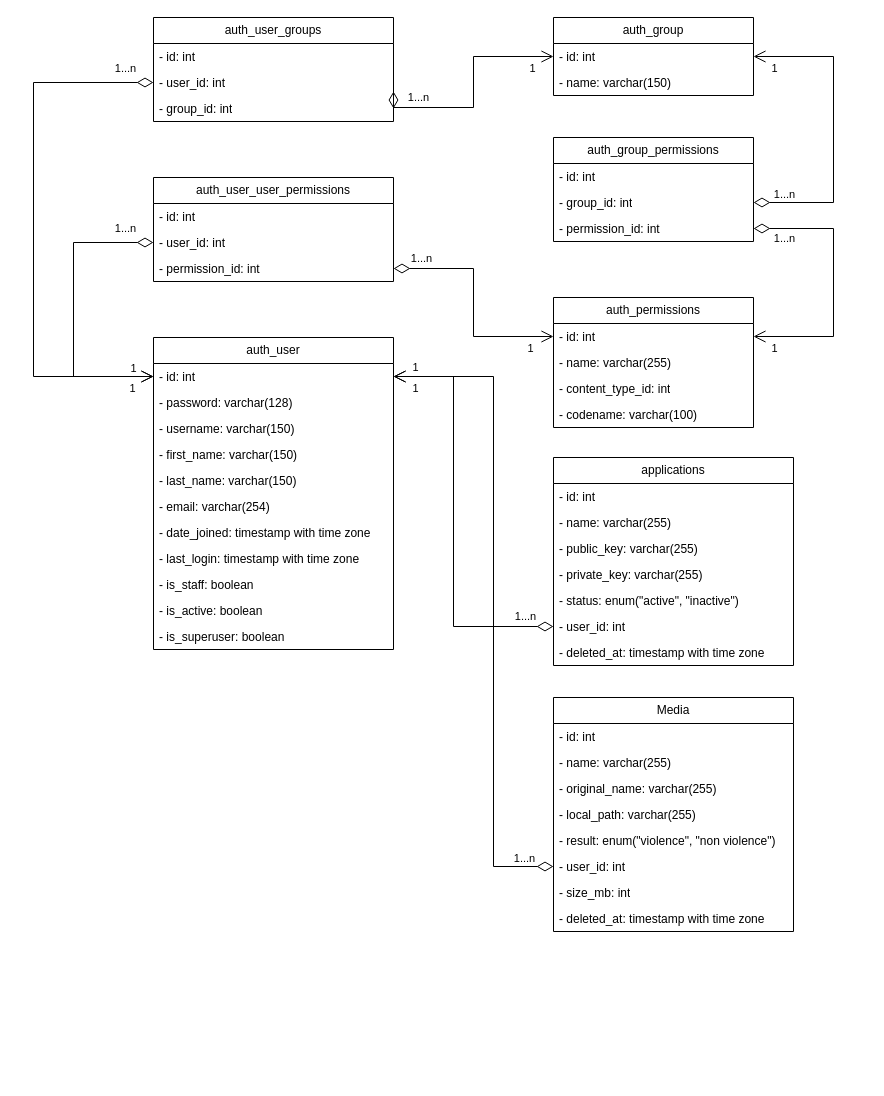
This is docs/violence-prediction-service.drawio from nnminh-sam/violence-prediction-service, a draw.io file, before an edit. Source tidied: cells renumbered, new cells numbered last; positions are measured from the earlier drawing's top-left corner, leaving out a move shared by most shapes. Both pictures are drawn from the tidied source at 100%, with x=0, y=0 at pixel (33, 17).
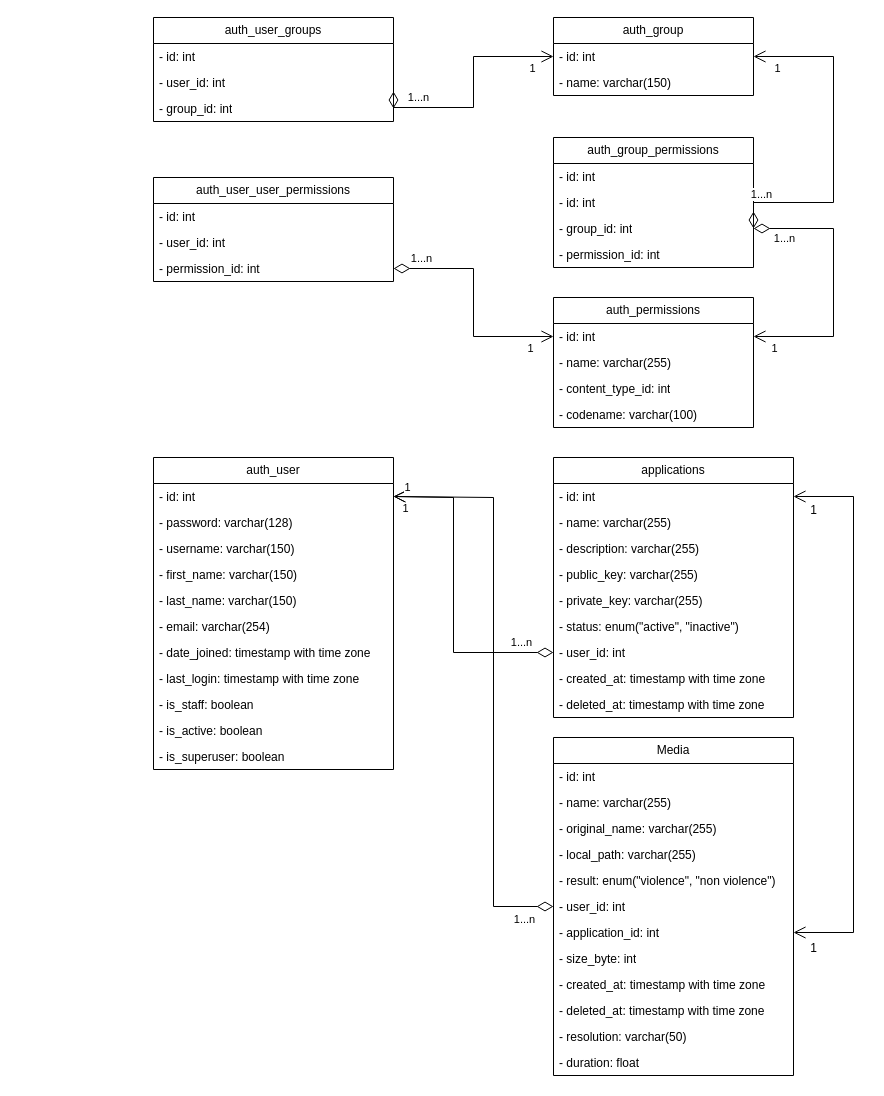
After the change.

Commit message (it also covers changes not shown here):
update: update create application logic and added completed document report

Unchanged cells that the change refers to:
```xml
<mxCell id="3" value="- id: int" style="text;strokeColor=none;fillColor=none;align=left;verticalAlign=top;spacingLeft=4;spacingRight=4;overflow=hidden;points=[[0,0.5],[1,0.5]];portConstraint=eastwest;whiteSpace=wrap;html=1;" parent="2" vertex="1">
  <mxGeometry y="26" width="240" height="26" as="geometry" />
</mxCell>
<mxCell id="28" value="- user_id: int" style="text;strokeColor=none;fillColor=none;align=left;verticalAlign=top;spacingLeft=4;spacingRight=4;overflow=hidden;points=[[0,0.5],[1,0.5]];portConstraint=eastwest;whiteSpace=wrap;html=1;" parent="26" vertex="1">
  <mxGeometry y="52" width="240" height="26" as="geometry" />
</mxCell>
<mxCell id="32" value="- user_id: int" style="text;strokeColor=none;fillColor=none;align=left;verticalAlign=top;spacingLeft=4;spacingRight=4;overflow=hidden;points=[[0,0.5],[1,0.5]];portConstraint=eastwest;whiteSpace=wrap;html=1;" parent="30" vertex="1">
  <mxGeometry y="52" width="240" height="26" as="geometry" />
</mxCell>
<mxCell id="53" value="- id: int" style="text;strokeColor=none;fillColor=none;align=left;verticalAlign=top;spacingLeft=4;spacingRight=4;overflow=hidden;points=[[0,0.5],[1,0.5]];portConstraint=eastwest;whiteSpace=wrap;html=1;" parent="52" vertex="1">
  <mxGeometry y="26" width="240" height="26" as="geometry" />
</mxCell>
<mxCell id="69" value="- user_id: int" style="text;strokeColor=none;fillColor=none;align=left;verticalAlign=top;spacingLeft=4;spacingRight=4;overflow=hidden;points=[[0,0.5],[1,0.5]];portConstraint=eastwest;whiteSpace=wrap;html=1;" parent="63" vertex="1">
  <mxGeometry y="156" width="240" height="26" as="geometry" />
</mxCell>
```

Change to the diagram source:
```diff
@@
     <mxCell id="2" value="auth_user" style="swimlane;fontStyle=0;horizontal=1;startSize=26;fillColor=none;whiteSpace=wrap;html=1;" parent="1" vertex="1">
-      <mxGeometry x="120" y="320" width="240" height="312" as="geometry" />
+      <mxGeometry x="120" y="440" width="240" height="312" as="geometry" />
     </mxCell>
@@
     <mxCell id="17" value="auth_group_permissions" style="swimlane;fontStyle=0;horizontal=1;startSize=26;fillColor=none;whiteSpace=wrap;html=1;" parent="1" vertex="1">
-      <mxGeometry x="520" y="120" width="200" height="104" as="geometry" />
+      <mxGeometry x="520" y="120" width="200" height="130" as="geometry" />
     </mxCell>
+    <mxCell id="75" value="- id: int" style="text;strokeColor=none;fillColor=none;align=left;verticalAlign=top;spacingLeft=4;spacingRight=4;overflow=hidden;whiteSpace=wrap;html=1;" parent="17" vertex="1">
+      <mxGeometry y="26" width="200" height="26" as="geometry" />
+    </mxCell>
     <mxCell id="18" value="- id: int" style="text;strokeColor=none;fillColor=none;align=left;verticalAlign=top;spacingLeft=4;spacingRight=4;overflow=hidden;whiteSpace=wrap;html=1;" parent="17" vertex="1">
-      <mxGeometry y="26" width="200" height="26" as="geometry" />
+      <mxGeometry y="52" width="200" height="26" as="geometry" />
     </mxCell>
     <mxCell id="19" value="- group_id: int" style="text;strokeColor=none;fillColor=none;align=left;verticalAlign=top;spacingLeft=4;spacingRight=4;overflow=hidden;points=[[0,0.5],[1,0.5]];portConstraint=eastwest;whiteSpace=wrap;html=1;" parent="17" vertex="1">
-      <mxGeometry y="52" width="200" height="26" as="geometry" />
+      <mxGeometry y="78" width="200" height="26" as="geometry" />
     </mxCell>
     <mxCell id="20" value="- permission_id: int" style="text;strokeColor=none;fillColor=none;align=left;verticalAlign=top;spacingLeft=4;spacingRight=4;overflow=hidden;whiteSpace=wrap;html=1;" parent="17" vertex="1">
-      <mxGeometry y="78" width="200" height="26" as="geometry" />
+      <mxGeometry y="104" width="200" height="26" as="geometry" />
     </mxCell>
@@
-    <mxCell id="34" style="edgeStyle=orthogonalEdgeStyle;rounded=0;jettySize=auto;html=1;entryX=0;entryY=0.5;entryDx=0;entryDy=0;startArrow=diamondThin;startFill=0;endArrow=open;endFill=0;targetPerimeterSpacing=0;sourcePerimeterSpacing=0;endSize=10;startSize=14;exitX=0;exitY=0.5;exitDx=0;exitDy=0;" parent="1" edge="1" source="28" target="3">
-      <mxGeometry relative="1" as="geometry">
-        <Array as="points">
-          <mxPoint y="65" />
-          <mxPoint y="359" />
-        </Array>
-      </mxGeometry>
-    </mxCell>
-    <mxCell id="35" value="1...n" style="edgeLabel;html=1;align=center;verticalAlign=middle;" parent="34" vertex="1">
-      <mxGeometry x="-0.76" relative="1" as="geometry">
-        <mxPoint x="35" y="-15" as="offset" />
-      </mxGeometry>
-    </mxCell>
-    <mxCell id="36" value="1" style="edgeLabel;html=1;align=center;verticalAlign=middle;" parent="34" vertex="1">
-      <mxGeometry x="0.79" relative="1" as="geometry">
-        <mxPoint x="34" y="11" as="offset" />
-      </mxGeometry>
-    </mxCell>
@@
-    <mxCell id="46" style="edgeStyle=orthogonalEdgeStyle;rounded=0;jettySize=auto;html=1;entryX=0;entryY=0.5;entryDx=0;entryDy=0;startArrow=diamondThin;startFill=0;endArrow=open;endFill=0;targetPerimeterSpacing=0;sourcePerimeterSpacing=0;endSize=10;startSize=14;exitX=0;exitY=0.5;exitDx=0;exitDy=0;" parent="1" edge="1" source="32" target="3">
-      <mxGeometry relative="1" as="geometry">
-        <Array as="points">
-          <mxPoint x="40" y="225" />
-          <mxPoint x="40" y="359" />
-        </Array>
-      </mxGeometry>
-    </mxCell>
-    <mxCell id="47" value="1...n" style="edgeLabel;html=1;align=center;verticalAlign=middle;" parent="46" vertex="1">
-      <mxGeometry x="-0.76" relative="1" as="geometry">
-        <mxPoint x="6" y="-15" as="offset" />
-      </mxGeometry>
-    </mxCell>
-    <mxCell id="48" value="1" style="edgeLabel;html=1;align=center;verticalAlign=middle;" parent="46" vertex="1">
-      <mxGeometry x="0.79" relative="1" as="geometry">
-        <mxPoint x="10" y="-9" as="offset" />
-      </mxGeometry>
-    </mxCell>
@@
     <mxCell id="52" value="applications" style="swimlane;fontStyle=0;horizontal=1;startSize=26;fillColor=none;whiteSpace=wrap;html=1;" parent="1" vertex="1">
-      <mxGeometry x="520" y="440" width="240" height="208" as="geometry" />
+      <mxGeometry x="520" y="440" width="240" height="260" as="geometry" />
     </mxCell>
@@
-    <mxCell id="55" value="- public_key: varchar(255)" style="text;strokeColor=none;fillColor=none;align=left;verticalAlign=top;spacingLeft=4;spacingRight=4;overflow=hidden;whiteSpace=wrap;html=1;" parent="52" vertex="1">
+    <mxCell id="55" value="- description: varchar(255)" style="text;strokeColor=none;fillColor=none;align=left;verticalAlign=top;spacingLeft=4;spacingRight=4;overflow=hidden;whiteSpace=wrap;html=1;" parent="52" vertex="1">
       <mxGeometry y="78" width="240" height="26" as="geometry" />
     </mxCell>
-    <mxCell id="56" value="- private_key: varchar(255)" style="text;strokeColor=none;fillColor=none;align=left;verticalAlign=top;spacingLeft=4;spacingRight=4;overflow=hidden;whiteSpace=wrap;html=1;" parent="52" vertex="1">
+    <mxCell id="56" value="- public_key: varchar(255)" style="text;strokeColor=none;fillColor=none;align=left;verticalAlign=top;spacingLeft=4;spacingRight=4;overflow=hidden;whiteSpace=wrap;html=1;" parent="52" vertex="1">
       <mxGeometry y="104" width="240" height="26" as="geometry" />
     </mxCell>
-    <mxCell id="57" value="- status: enum(&quot;active&quot;, &quot;inactive&quot;)" style="text;strokeColor=none;fillColor=none;align=left;verticalAlign=top;spacingLeft=4;spacingRight=4;overflow=hidden;whiteSpace=wrap;html=1;" parent="52" vertex="1">
+    <mxCell id="57" value="- private_key: varchar(255)" style="text;strokeColor=none;fillColor=none;align=left;verticalAlign=top;spacingLeft=4;spacingRight=4;overflow=hidden;whiteSpace=wrap;html=1;" parent="52" vertex="1">
       <mxGeometry y="130" width="240" height="26" as="geometry" />
     </mxCell>
-    <mxCell id="58" value="- user_id: int" style="text;strokeColor=none;fillColor=none;align=left;verticalAlign=top;spacingLeft=4;spacingRight=4;overflow=hidden;points=[[0,0.5],[1,0.5]];portConstraint=eastwest;whiteSpace=wrap;html=1;" parent="52" vertex="1">
+    <mxCell id="58" value="- status: enum(&quot;active&quot;, &quot;inactive&quot;)" style="text;strokeColor=none;fillColor=none;align=left;verticalAlign=top;spacingLeft=4;spacingRight=4;overflow=hidden;points=[[0,0.5],[1,0.5]];portConstraint=eastwest;whiteSpace=wrap;html=1;" parent="52" vertex="1">
       <mxGeometry y="156" width="240" height="26" as="geometry" />
     </mxCell>
-    <mxCell id="59" value="- deleted_at: timestamp with time zone" style="text;strokeColor=none;fillColor=none;align=left;verticalAlign=top;spacingLeft=4;spacingRight=4;overflow=hidden;points=[[0,0.5],[1,0.5]];portConstraint=eastwest;whiteSpace=wrap;html=1;" parent="52" vertex="1">
+    <mxCell id="59" value="- user_id: int" style="text;strokeColor=none;fillColor=none;align=left;verticalAlign=top;spacingLeft=4;spacingRight=4;overflow=hidden;points=[[0,0.5],[1,0.5]];portConstraint=eastwest;whiteSpace=wrap;html=1;" parent="52" vertex="1">
       <mxGeometry y="182" width="240" height="26" as="geometry" />
     </mxCell>
+    <mxCell id="76" value="- created_at: timestamp with time zone" style="text;strokeColor=none;fillColor=none;align=left;verticalAlign=top;spacingLeft=4;spacingRight=4;overflow=hidden;whiteSpace=wrap;html=1;" parent="52" vertex="1">
+      <mxGeometry y="208" width="240" height="26" as="geometry" />
+    </mxCell>
+    <mxCell id="77" value="- deleted_at: timestamp with time zone" style="text;strokeColor=none;fillColor=none;align=left;verticalAlign=top;spacingLeft=4;spacingRight=4;overflow=hidden;whiteSpace=wrap;html=1;" parent="52" vertex="1">
+      <mxGeometry y="234" width="240" height="26" as="geometry" />
+    </mxCell>
-    <mxCell id="60" style="edgeStyle=orthogonalEdgeStyle;rounded=0;jettySize=auto;html=1;entryX=1;entryY=0.5;entryDx=0;entryDy=0;startArrow=diamondThin;startFill=0;endArrow=open;endFill=0;targetPerimeterSpacing=0;sourcePerimeterSpacing=0;endSize=10;startSize=14;exitX=0;exitY=0.5;exitDx=0;exitDy=0;" parent="1" edge="1" source="58" target="3">
+    <mxCell id="60" style="edgeStyle=orthogonalEdgeStyle;rounded=0;jettySize=auto;html=1;entryX=1;entryY=0.5;entryDx=0;entryDy=0;startArrow=diamondThin;startFill=0;endArrow=open;endFill=0;targetPerimeterSpacing=0;sourcePerimeterSpacing=0;endSize=10;startSize=14;exitX=0;exitY=0.5;exitDx=0;exitDy=0;" parent="1" edge="1" source="59" target="3">
       <mxGeometry relative="1" as="geometry">
         <Array as="points">
-          <mxPoint x="420" y="609" />
-          <mxPoint x="420" y="359" />
+          <mxPoint x="420" y="635" />
+          <mxPoint x="420" y="480" />
+          <mxPoint x="360" y="480" />
         </Array>
       </mxGeometry>
     </mxCell>
     <mxCell id="61" value="1...n" style="edgeLabel;html=1;align=center;verticalAlign=middle;" parent="60" vertex="1">
       <mxGeometry x="-0.76" relative="1" as="geometry">
-        <mxPoint x="20" y="-11" as="offset" />
+        <mxPoint x="5" y="-11" as="offset" />
       </mxGeometry>
     </mxCell>
@@
     <mxCell id="63" value="Media" style="swimlane;fontStyle=0;horizontal=1;startSize=26;fillColor=none;whiteSpace=wrap;html=1;" parent="1" vertex="1">
-      <mxGeometry x="520" y="680" width="240" height="234" as="geometry" />
+      <mxGeometry x="520" y="720" width="240" height="338" as="geometry" />
     </mxCell>
@@
-    <mxCell id="70" value="- size_mb: int" style="text;strokeColor=none;fillColor=none;align=left;verticalAlign=top;spacingLeft=4;spacingRight=4;overflow=hidden;points=[[0,0.5],[1,0.5]];portConstraint=eastwest;whiteSpace=wrap;html=1;" parent="63" vertex="1">
+    <mxCell id="70" value="- application_id: int" style="text;strokeColor=none;fillColor=none;align=left;verticalAlign=top;spacingLeft=4;spacingRight=4;overflow=hidden;points=[[0,0.5],[1,0.5]];portConstraint=eastwest;whiteSpace=wrap;html=1;" parent="63" vertex="1">
       <mxGeometry y="182" width="240" height="26" as="geometry" />
     </mxCell>
-    <mxCell id="71" value="- deleted_at: timestamp with time zone" style="text;strokeColor=none;fillColor=none;align=left;verticalAlign=top;spacingLeft=4;spacingRight=4;overflow=hidden;whiteSpace=wrap;html=1;" parent="63" vertex="1">
+    <mxCell id="71" value="- size_byte: int" style="text;strokeColor=none;fillColor=none;align=left;verticalAlign=top;spacingLeft=4;spacingRight=4;overflow=hidden;whiteSpace=wrap;html=1;" parent="63" vertex="1">
       <mxGeometry y="208" width="240" height="26" as="geometry" />
     </mxCell>
+    <mxCell id="78" value="- created_at: timestamp with time zone" style="text;strokeColor=none;fillColor=none;align=left;verticalAlign=top;spacingLeft=4;spacingRight=4;overflow=hidden;whiteSpace=wrap;html=1;" parent="63" vertex="1">
+      <mxGeometry y="234" width="240" height="26" as="geometry" />
+    </mxCell>
+    <mxCell id="79" value="- deleted_at: timestamp with time zone" style="text;strokeColor=none;fillColor=none;align=left;verticalAlign=top;spacingLeft=4;spacingRight=4;overflow=hidden;whiteSpace=wrap;html=1;" parent="63" vertex="1">
+      <mxGeometry y="260" width="240" height="26" as="geometry" />
+    </mxCell>
+    <mxCell id="80" value="- resolution: varchar(50)" style="text;strokeColor=none;fillColor=none;align=left;verticalAlign=top;spacingLeft=4;spacingRight=4;overflow=hidden;whiteSpace=wrap;html=1;" parent="63" vertex="1">
+      <mxGeometry y="286" width="240" height="26" as="geometry" />
+    </mxCell>
+    <mxCell id="81" value="- duration: float" style="text;strokeColor=none;fillColor=none;align=left;verticalAlign=top;spacingLeft=4;spacingRight=4;overflow=hidden;whiteSpace=wrap;html=1;" parent="63" vertex="1">
+      <mxGeometry y="312" width="240" height="26" as="geometry" />
+    </mxCell>
     <mxCell id="72" style="edgeStyle=orthogonalEdgeStyle;rounded=0;jettySize=auto;html=1;entryX=1;entryY=0.5;entryDx=0;entryDy=0;startArrow=diamondThin;startFill=0;endArrow=open;endFill=0;targetPerimeterSpacing=0;sourcePerimeterSpacing=0;endSize=10;startSize=14;exitX=0;exitY=0.5;exitDx=0;exitDy=0;" parent="1" edge="1" source="69" target="3">
       <mxGeometry relative="1" as="geometry">
         <Array as="points">
-          <mxPoint x="460" y="849" />
-          <mxPoint x="460" y="359" />
+          <mxPoint x="460" y="889" />
+          <mxPoint x="460" y="480" />
+          <mxPoint x="360" y="480" />
         </Array>
       </mxGeometry>
     </mxCell>
     <mxCell id="73" value="1...n" style="edgeLabel;html=1;align=center;verticalAlign=middle;" parent="72" vertex="1">
       <mxGeometry x="-0.76" relative="1" as="geometry">
-        <mxPoint x="30" y="9" as="offset" />
+        <mxPoint x="30" y="20" as="offset" />
       </mxGeometry>
     </mxCell>
@@
+    <mxCell id="82" style="edgeStyle=orthogonalEdgeStyle;rounded=0;jettySize=auto;html=1;exitX=1;exitY=0.5;exitDx=0;exitDy=0;entryX=1;entryY=0.5;entryDx=0;entryDy=0;fontFamily=Helvetica;fontSize=12;fontColor=default;startArrow=open;startFill=0;endArrow=open;endFill=0;endSize=10;startSize=10;" parent="1" edge="1" source="70" target="53">
+      <mxGeometry relative="1" as="geometry">
+        <Array as="points">
+          <mxPoint x="820" y="915" />
+          <mxPoint x="820" y="479" />
+        </Array>
+      </mxGeometry>
+    </mxCell>
+    <mxCell id="83" value="1" style="edgeLabel;html=1;align=center;verticalAlign=middle;fontSize=12;fontFamily=Helvetica;fontColor=default;" parent="82" vertex="1">
+      <mxGeometry x="0.93" y="3" relative="1" as="geometry">
+        <mxPoint y="10" as="offset" />
+      </mxGeometry>
+    </mxCell>
+    <mxCell id="84" value="1" style="edgeLabel;html=1;align=center;verticalAlign=middle;fontSize=12;fontFamily=Helvetica;fontColor=default;" parent="82" vertex="1">
+      <mxGeometry x="-0.93" y="-1" relative="1" as="geometry">
+        <mxPoint y="14" as="offset" />
+      </mxGeometry>
+    </mxCell>
```
